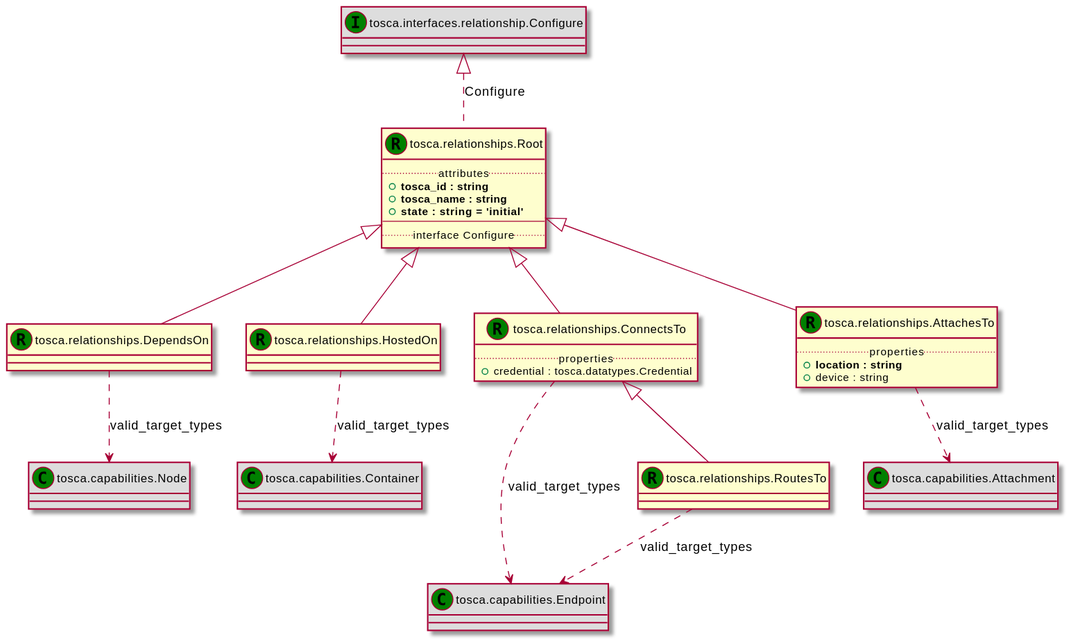
Earlier version of the PlantUML export examples/tosca-community-contributions/diagrams/uml2/profiles-org.oasis-open-simple-1.1-relationship-uml2-class-diagram.svg (Orange-OpenSource/Cloudnet-TOSCA-toolbox).
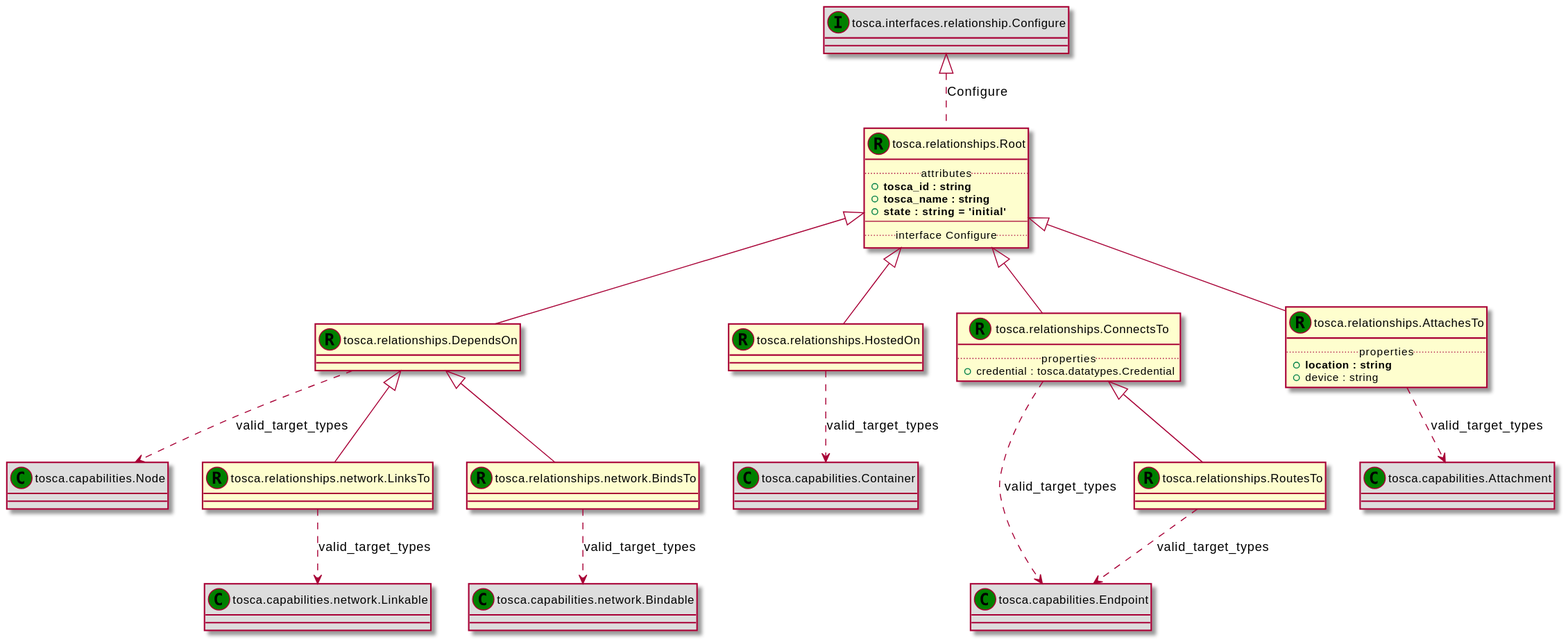
The same file after the commit.

Change to the diagram source:
```diff
@@ -29,6 +29,12 @@
 class "tosca.relationships.RoutesTo" as tosca_relationships_RoutesTo_RT << (R,green) >> {
 }
 class "tosca.capabilities.Endpoint" as tosca_capabilities_Endpoint_CT << (C,green) >> #DDDDDD
+class "tosca.relationships.network.LinksTo" as tosca_relationships_network_LinksTo_RT << (R,green) >> {
+}
+class "tosca.capabilities.network.Linkable" as tosca_capabilities_network_Linkable_CT << (C,green) >> #DDDDDD
+class "tosca.relationships.network.BindsTo" as tosca_relationships_network_BindsTo_RT << (R,green) >> {
+}
+class "tosca.capabilities.network.Bindable" as tosca_capabilities_network_Bindable_CT << (C,green) >> #DDDDDD
 tosca_interfaces_relationship_Configure_IT <|.. tosca_relationships_Root_RT : Configure
 tosca_relationships_Root_RT <|-- tosca_relationships_DependsOn_RT
 tosca_relationships_DependsOn_RT ..> tosca_capabilities_Node_CT : valid_target_types
@@ -40,4 +46,8 @@
 tosca_relationships_AttachesTo_RT ..> tosca_capabilities_Attachment_CT : valid_target_types
 tosca_relationships_ConnectsTo_RT <|-- tosca_relationships_RoutesTo_RT
 tosca_relationships_RoutesTo_RT ..> tosca_capabilities_Endpoint_CT : valid_target_types
+tosca_relationships_DependsOn_RT <|-- tosca_relationships_network_LinksTo_RT
+tosca_relationships_network_LinksTo_RT ..> tosca_capabilities_network_Linkable_CT : valid_target_types
+tosca_relationships_DependsOn_RT <|-- tosca_relationships_network_BindsTo_RT
+tosca_relationships_network_BindsTo_RT ..> tosca_capabilities_network_Bindable_CT : valid_target_types
 @enduml
```
